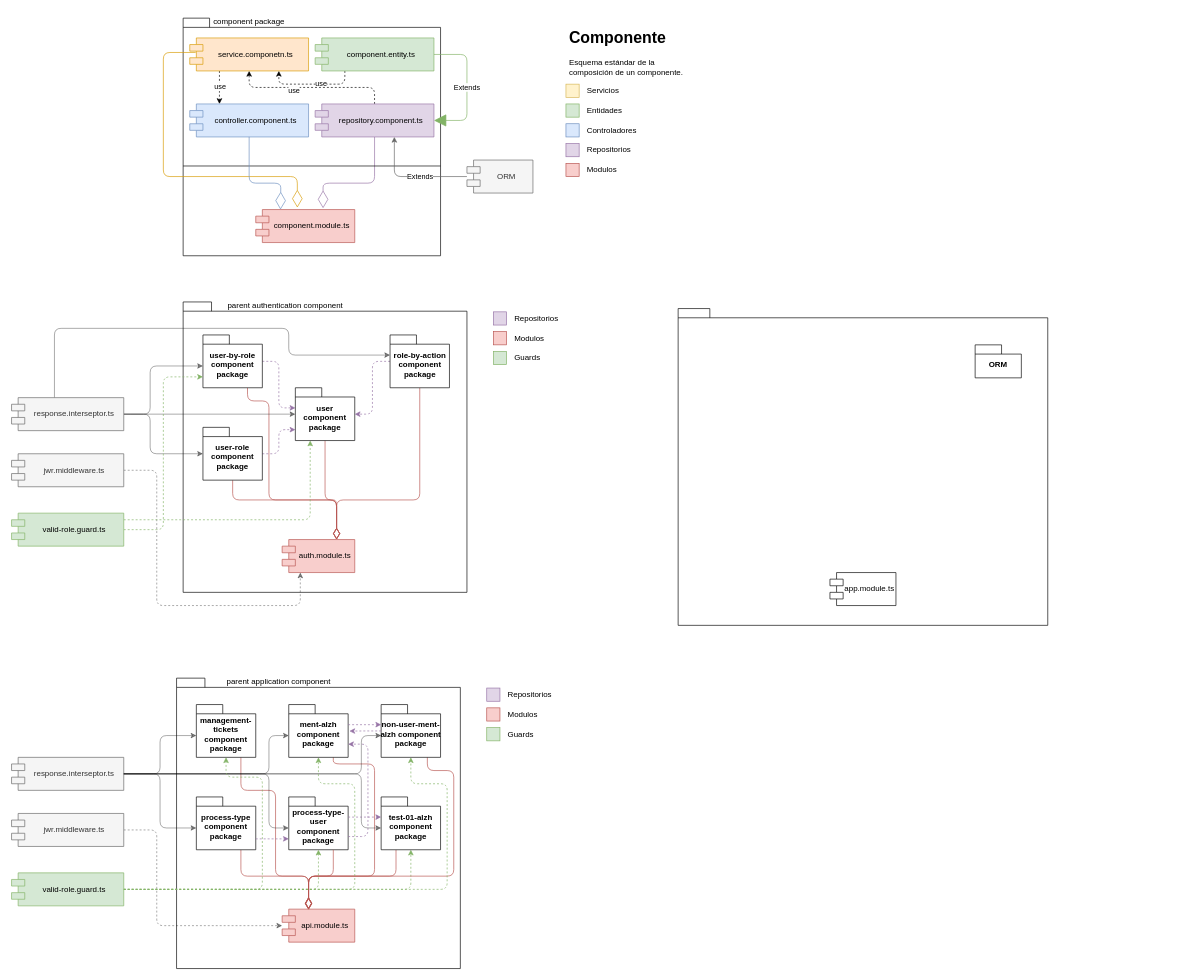
This is Diagrama_componentes.drawio from davinzifc/diagrams, a draw.io file, before an edit. Source tidied: cells renumbered, new cells numbered last; positions are measured from the earlier drawing's top-left corner, leaving out a move shared by most shapes. Both pictures are drawn from the tidied source at 66%, with x=0, y=0 at pixel (11, 11).
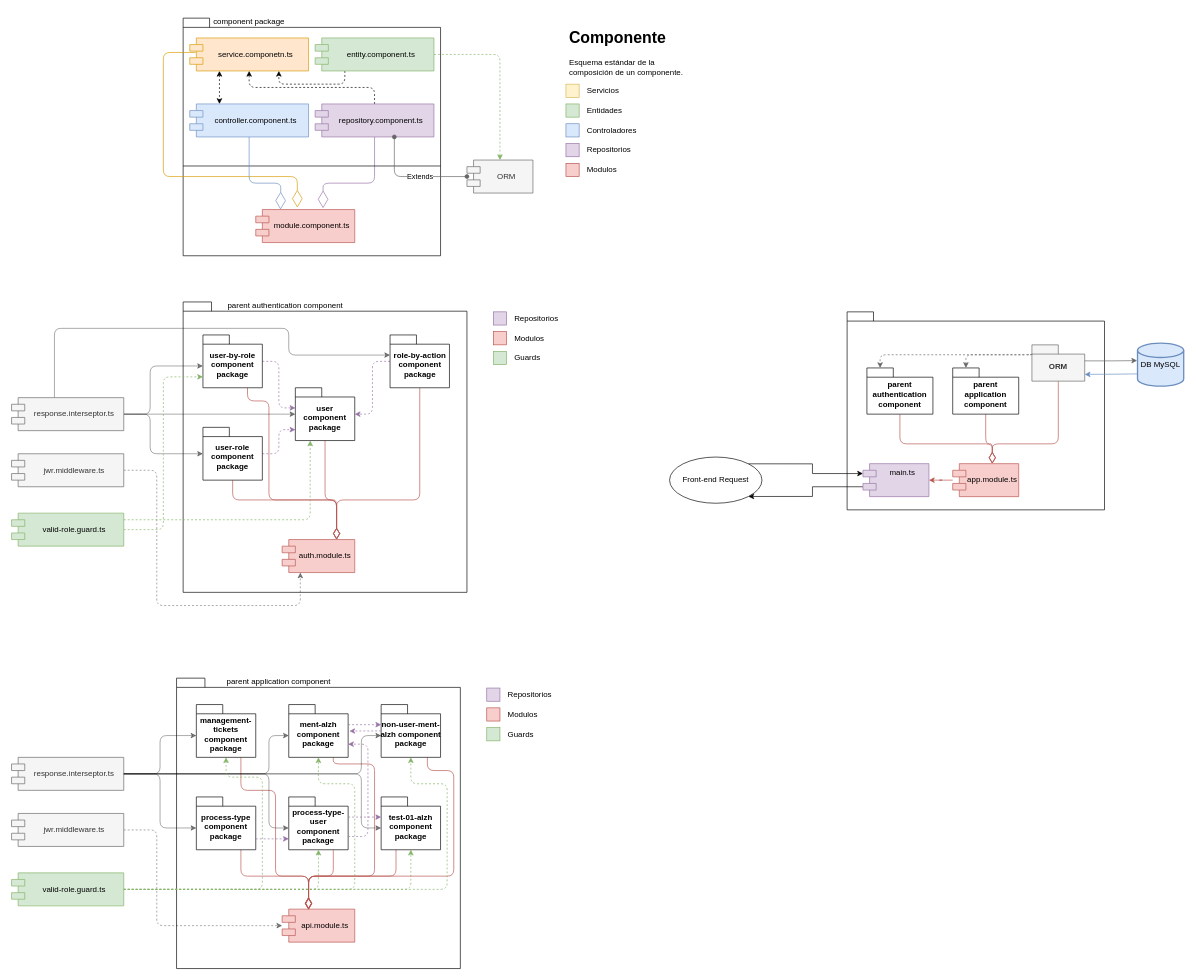
After the change.

Unchanged cells that the change refers to:
```xml
<mxCell id="5" value="service.componetn.ts" style="shape=module;align=left;spacingLeft=20;align=center;verticalAlign=middle;whiteSpace=wrap;html=1;fillColor=#ffe6cc;strokeColor=#d79b00;" parent="1" vertex="1">
  <mxGeometry x="270" y="40" width="180" height="50" as="geometry" />
</mxCell>
<mxCell id="7" style="edgeStyle=orthogonalEdgeStyle;rounded=1;jettySize=auto;html=1;exitX=0.25;exitY=1;exitDx=0;exitDy=0;entryX=0.75;entryY=1;entryDx=0;entryDy=0;dashed=1;" parent="1" edge="1" source="9" target="5">
  <mxGeometry relative="1" as="geometry" />
</mxCell>
<mxCell id="11" style="edgeStyle=orthogonalEdgeStyle;rounded=1;jettySize=auto;html=1;exitX=0.5;exitY=0;exitDx=0;exitDy=0;dashed=1;" parent="1" edge="1" source="13" target="5">
  <mxGeometry relative="1" as="geometry" />
</mxCell>
<mxCell id="13" value="repository.component.ts" style="shape=module;align=left;spacingLeft=20;align=center;verticalAlign=middle;whiteSpace=wrap;html=1;fillColor=#e1d5e7;strokeColor=#9673a6;" parent="1" vertex="1">
  <mxGeometry x="460" y="140" width="180" height="50" as="geometry" />
</mxCell>
<mxCell id="15" value="controller.component.ts" style="shape=module;align=left;spacingLeft=20;align=center;verticalAlign=middle;whiteSpace=wrap;html=1;fillColor=#dae8fc;strokeColor=#6c8ebf;" parent="1" vertex="1">
  <mxGeometry x="270" y="140" width="180" height="50" as="geometry" />
</mxCell>
<mxCell id="107" value="ORM" style="shape=module;align=left;spacingLeft=20;align=center;verticalAlign=middle;whiteSpace=wrap;html=1;fillColor=#f5f5f5;fontColor=#333333;strokeColor=#666666;" parent="1" vertex="1">
  <mxGeometry x="690" y="225" width="100" height="50" as="geometry" />
</mxCell>
```

Change to the diagram source:
```diff
@@
-    <mxCell id="3" style="edgeStyle=orthogonalEdgeStyle;rounded=0;jettySize=auto;html=1;exitX=0.25;exitY=1;exitDx=0;exitDy=0;entryX=0.25;entryY=0;entryDx=0;entryDy=0;dashed=1;" parent="1" edge="1" source="5" target="15">
+    <mxCell id="3" style="edgeStyle=orthogonalEdgeStyle;rounded=0;jettySize=auto;html=1;exitX=0.25;exitY=1;exitDx=0;exitDy=0;entryX=0.25;entryY=0;entryDx=0;entryDy=0;dashed=1;startArrow=classic;startFill=1;" parent="1" edge="1" source="5" target="15">
       <mxGeometry relative="1" as="geometry" />
     </mxCell>
-    <mxCell id="4" value="use" style="edgeLabel;html=1;align=center;verticalAlign=middle;" parent="3" vertex="1">
-      <mxGeometry x="-0.08" relative="1" as="geometry" />
-    </mxCell>
@@
-    <mxCell id="8" value="use" style="edgeLabel;html=1;align=center;verticalAlign=middle;" parent="7" vertex="1">
-      <mxGeometry x="-0.19" y="-1" relative="1" as="geometry" />
-    </mxCell>
+    <mxCell id="108" style="edgeStyle=orthogonalEdgeStyle;rounded=1;jettySize=auto;html=1;exitX=1;exitY=0.5;exitDx=0;exitDy=0;entryX=0.5;entryY=0;entryDx=0;entryDy=0;fillColor=#d5e8d4;strokeColor=#82b366;dashed=1;" parent="1" edge="1" source="9" target="107">
+      <mxGeometry relative="1" as="geometry" />
+    </mxCell>
-    <mxCell id="9" value="component.entity.ts" style="shape=module;align=left;spacingLeft=20;align=center;verticalAlign=middle;whiteSpace=wrap;html=1;fillColor=#d5e8d4;strokeColor=#82b366;" parent="1" vertex="1">
+    <mxCell id="9" value="entity.component.ts" style="shape=module;align=left;spacingLeft=20;align=center;verticalAlign=middle;whiteSpace=wrap;html=1;fillColor=#d5e8d4;strokeColor=#82b366;" parent="1" vertex="1">
       <mxGeometry x="460" y="40" width="180" height="50" as="geometry" />
     </mxCell>
@@
-    <mxCell id="12" value="use" style="edgeLabel;html=1;align=center;verticalAlign=middle;" parent="11" vertex="1">
-      <mxGeometry x="0.23" y="4" relative="1" as="geometry" />
-    </mxCell>
@@
-    <mxCell id="14" value="component.module.ts" style="shape=module;align=left;spacingLeft=20;align=center;verticalAlign=middle;whiteSpace=wrap;html=1;fillColor=#f8cecc;strokeColor=#b85450;" parent="1" vertex="1">
+    <mxCell id="14" value="module.component.ts" style="shape=module;align=left;spacingLeft=20;align=center;verticalAlign=middle;whiteSpace=wrap;html=1;fillColor=#f8cecc;strokeColor=#b85450;" parent="1" vertex="1">
       <mxGeometry x="370" y="300" width="150" height="50" as="geometry" />
     </mxCell>
@@
-    <mxCell id="17" value="Extends" style="endArrow=block;endSize=16;endFill=1;html=1;exitX=1;exitY=0.5;exitDx=0;exitDy=0;entryX=1;entryY=0.5;entryDx=0;entryDy=0;fillColor=#d5e8d4;strokeColor=#82b366;rounded=1;" parent="1" edge="1" source="9" target="13">
-      <mxGeometry relative="1" as="geometry">
-        <Array as="points">
-          <mxPoint x="690" y="65" />
-          <mxPoint x="690" y="165" />
-        </Array>
-      </mxGeometry>
-    </mxCell>
@@
     <mxCell id="102" style="shape=folder;fontStyle=1;spacingTop=10;tabWidth=40;tabHeight=14;tabPosition=left;html=1;whiteSpace=wrap;" parent="1" vertex="1">
-      <mxGeometry x="1010" y="450" width="560" height="480" as="geometry" />
+      <mxGeometry x="1266" y="455" width="390" height="300" as="geometry" />
     </mxCell>
+    <mxCell id="109" style="edgeStyle=orthogonalEdgeStyle;rounded=0;jettySize=auto;html=1;entryX=1;entryY=0.5;entryDx=0;entryDy=0;fillColor=#f8cecc;strokeColor=#b85450;" parent="1" edge="1" source="103" target="122">
+      <mxGeometry relative="1" as="geometry" />
+    </mxCell>
-    <mxCell id="103" value="app.module.ts" style="shape=module;align=left;spacingLeft=20;align=center;verticalAlign=middle;whiteSpace=wrap;html=1;" parent="1" vertex="1">
-      <mxGeometry x="1240" y="850" width="100" height="50" as="geometry" />
+    <mxCell id="103" value="app.module.ts" style="shape=module;align=left;spacingLeft=20;align=center;verticalAlign=middle;whiteSpace=wrap;html=1;fillColor=#f8cecc;strokeColor=#b85450;" parent="1" vertex="1">
+      <mxGeometry x="1426" y="685" width="100" height="50" as="geometry" />
     </mxCell>
+    <mxCell id="110" style="edgeStyle=orthogonalEdgeStyle;rounded=1;jettySize=auto;html=1;endArrow=diamondThin;endFill=0;endSize=15;fillColor=#f8cecc;strokeColor=#b85450;" parent="1" edge="1" source="104" target="103">
+      <mxGeometry relative="1" as="geometry">
+        <Array as="points">
+          <mxPoint x="1586" y="655" />
+          <mxPoint x="1486" y="655" />
+        </Array>
+      </mxGeometry>
+    </mxCell>
-    <mxCell id="104" value="ORM" style="shape=folder;fontStyle=1;spacingTop=10;tabWidth=40;tabHeight=14;tabPosition=left;html=1;whiteSpace=wrap;" parent="1" vertex="1">
-      <mxGeometry x="1460" y="505" width="70" height="50" as="geometry" />
+    <mxCell id="104" value="ORM" style="shape=folder;fontStyle=1;spacingTop=10;tabWidth=40;tabHeight=14;tabPosition=left;html=1;whiteSpace=wrap;fillColor=#f5f5f5;fontColor=#333333;strokeColor=#666666;" parent="1" vertex="1">
+      <mxGeometry x="1546" y="505" width="80" height="55" as="geometry" />
     </mxCell>
-    <mxCell id="105" style="edgeStyle=orthogonalEdgeStyle;jettySize=auto;html=1;fillColor=#f5f5f5;strokeColor=#666666;rounded=1;" parent="1" edge="1" source="107">
+    <mxCell id="105" style="edgeStyle=orthogonalEdgeStyle;jettySize=auto;html=1;fillColor=#f5f5f5;strokeColor=#666666;rounded=1;startArrow=oval;startFill=1;endArrow=oval;endFill=1;" parent="1" edge="1" source="107">
       <mxGeometry relative="1" as="geometry">
         <mxPoint x="580" y="190" as="targetPoint" />
         <Array as="points">
           <mxPoint x="580" y="250" />
           <mxPoint x="580" y="190" />
         </Array>
       </mxGeometry>
     </mxCell>
@@
+    <mxCell id="111" value="DB MySQL" style="strokeWidth=2;html=1;shape=mxgraph.flowchart.database;whiteSpace=wrap;fillColor=#dae8fc;strokeColor=#6c8ebf;" parent="1" vertex="1">
+      <mxGeometry x="1706" y="502.5" width="70" height="65" as="geometry" />
+    </mxCell>
+    <mxCell id="112" style="edgeStyle=orthogonalEdgeStyle;rounded=0;jettySize=auto;html=1;exitX=0;exitY=0;exitDx=80;exitDy=24.25;exitPerimeter=0;entryX=-0.009;entryY=0.406;entryDx=0;entryDy=0;entryPerimeter=0;fillColor=#f5f5f5;strokeColor=#666666;" parent="1" edge="1" source="104" target="111">
+      <mxGeometry relative="1" as="geometry" />
+    </mxCell>
+    <mxCell id="113" style="edgeStyle=orthogonalEdgeStyle;rounded=0;jettySize=auto;html=1;entryX=0;entryY=0;entryDx=80;entryDy=44.75;entryPerimeter=0;fillColor=#dae8fc;strokeColor=#6c8ebf;" parent="1" edge="1" target="104">
+      <mxGeometry relative="1" as="geometry">
+        <mxPoint x="1706" y="549" as="sourcePoint" />
+      </mxGeometry>
+    </mxCell>
+    <mxCell id="114" style="edgeStyle=orthogonalEdgeStyle;rounded=1;jettySize=auto;html=1;endArrow=diamondThin;endFill=0;endSize=15;fillColor=#f8cecc;strokeColor=#b85450;" parent="1" edge="1" source="115" target="103">
+      <mxGeometry relative="1" as="geometry">
+        <Array as="points">
+          <mxPoint x="1346" y="655" />
+          <mxPoint x="1486" y="655" />
+        </Array>
+      </mxGeometry>
+    </mxCell>
+    <mxCell id="115" value="parent authentication component" style="shape=folder;fontStyle=1;spacingTop=10;tabWidth=40;tabHeight=14;tabPosition=left;html=1;whiteSpace=wrap;" parent="1" vertex="1">
+      <mxGeometry x="1296" y="540" width="100" height="70" as="geometry" />
+    </mxCell>
+    <mxCell id="116" style="edgeStyle=orthogonalEdgeStyle;jettySize=auto;html=1;fillColor=#f8cecc;strokeColor=#b85450;endArrow=diamondThin;endFill=0;endSize=15;rounded=1;" parent="1" edge="1" source="117" target="103">
+      <mxGeometry relative="1" as="geometry">
+        <Array as="points">
+          <mxPoint x="1476" y="655" />
+          <mxPoint x="1486" y="655" />
+        </Array>
+      </mxGeometry>
+    </mxCell>
+    <mxCell id="117" value="parent application component" style="shape=folder;fontStyle=1;spacingTop=10;tabWidth=40;tabHeight=14;tabPosition=left;html=1;whiteSpace=wrap;" parent="1" vertex="1">
+      <mxGeometry x="1426" y="540" width="100" height="70" as="geometry" />
+    </mxCell>
+    <mxCell id="118" style="edgeStyle=orthogonalEdgeStyle;rounded=1;jettySize=auto;html=1;exitX=0;exitY=0;exitDx=0;exitDy=14;exitPerimeter=0;entryX=0;entryY=0;entryDx=20;entryDy=0;entryPerimeter=0;fillColor=#f5f5f5;strokeColor=#666666;dashed=1;" parent="1" edge="1" source="104" target="117">
+      <mxGeometry relative="1" as="geometry">
+        <Array as="points">
+          <mxPoint x="1546" y="520" />
+          <mxPoint x="1446" y="520" />
+        </Array>
+      </mxGeometry>
+    </mxCell>
+    <mxCell id="119" style="edgeStyle=orthogonalEdgeStyle;rounded=1;jettySize=auto;html=1;exitX=0;exitY=0;exitDx=0;exitDy=14;exitPerimeter=0;entryX=0;entryY=0;entryDx=20;entryDy=0;entryPerimeter=0;fillColor=#f5f5f5;strokeColor=#666666;dashed=1;" parent="1" edge="1" source="104" target="115">
+      <mxGeometry relative="1" as="geometry">
+        <Array as="points">
+          <mxPoint x="1546" y="520" />
+          <mxPoint x="1316" y="520" />
+        </Array>
+      </mxGeometry>
+    </mxCell>
+    <mxCell id="120" value="Front-end Request" style="ellipse;whiteSpace=wrap;html=1;" parent="1" vertex="1">
+      <mxGeometry x="997" y="675" width="140" height="70" as="geometry" />
+    </mxCell>
+    <mxCell id="121" style="edgeStyle=orthogonalEdgeStyle;rounded=0;jettySize=auto;html=1;exitX=0;exitY=0;exitDx=0;exitDy=35;exitPerimeter=0;entryX=1;entryY=1;entryDx=0;entryDy=0;" parent="1" edge="1" source="122" target="120">
+      <mxGeometry relative="1" as="geometry" />
+    </mxCell>
+    <mxCell id="122" value="main.ts" style="shape=module;align=left;spacingLeft=20;align=center;verticalAlign=top;whiteSpace=wrap;html=1;fillColor=#e1d5e7;strokeColor=#9673a6;" parent="1" vertex="1">
+      <mxGeometry x="1290" y="685" width="100" height="50" as="geometry" />
+    </mxCell>
+    <mxCell id="123" style="edgeStyle=orthogonalEdgeStyle;rounded=0;jettySize=auto;html=1;exitX=1;exitY=0;exitDx=0;exitDy=0;entryX=0;entryY=0;entryDx=0;entryDy=15;entryPerimeter=0;" parent="1" edge="1" source="120" target="122">
+      <mxGeometry relative="1" as="geometry" />
+    </mxCell>
```
